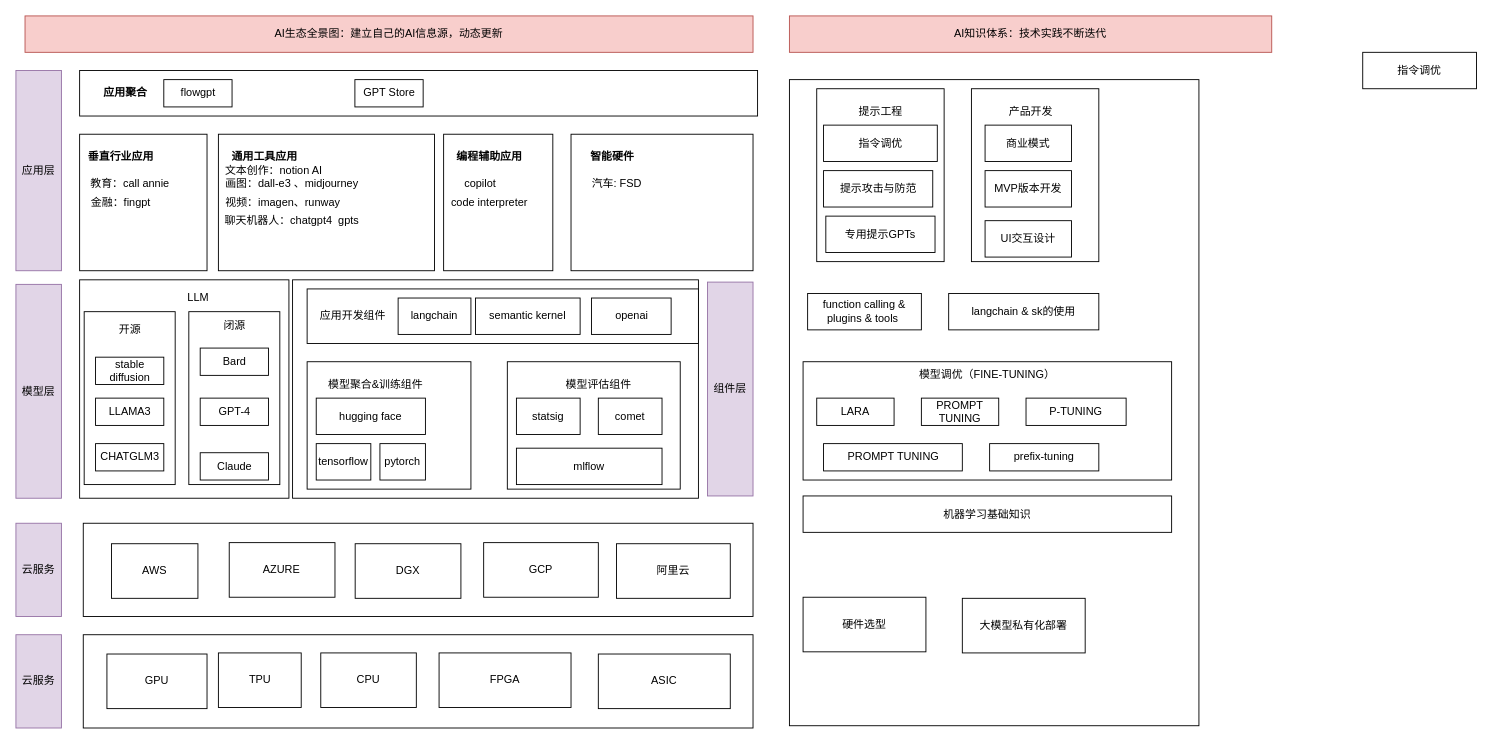
The draw.io diagram AI全景图.drawio in 18boys/drawio, before the edit. Source tidied: cells renumbered, new cells numbered last; positions are measured from the earlier drawing's top-left corner, leaving out a move shared by most shapes. Both pictures are drawn from the tidied source at 91%, with x=0, y=0 at pixel (15, 15).
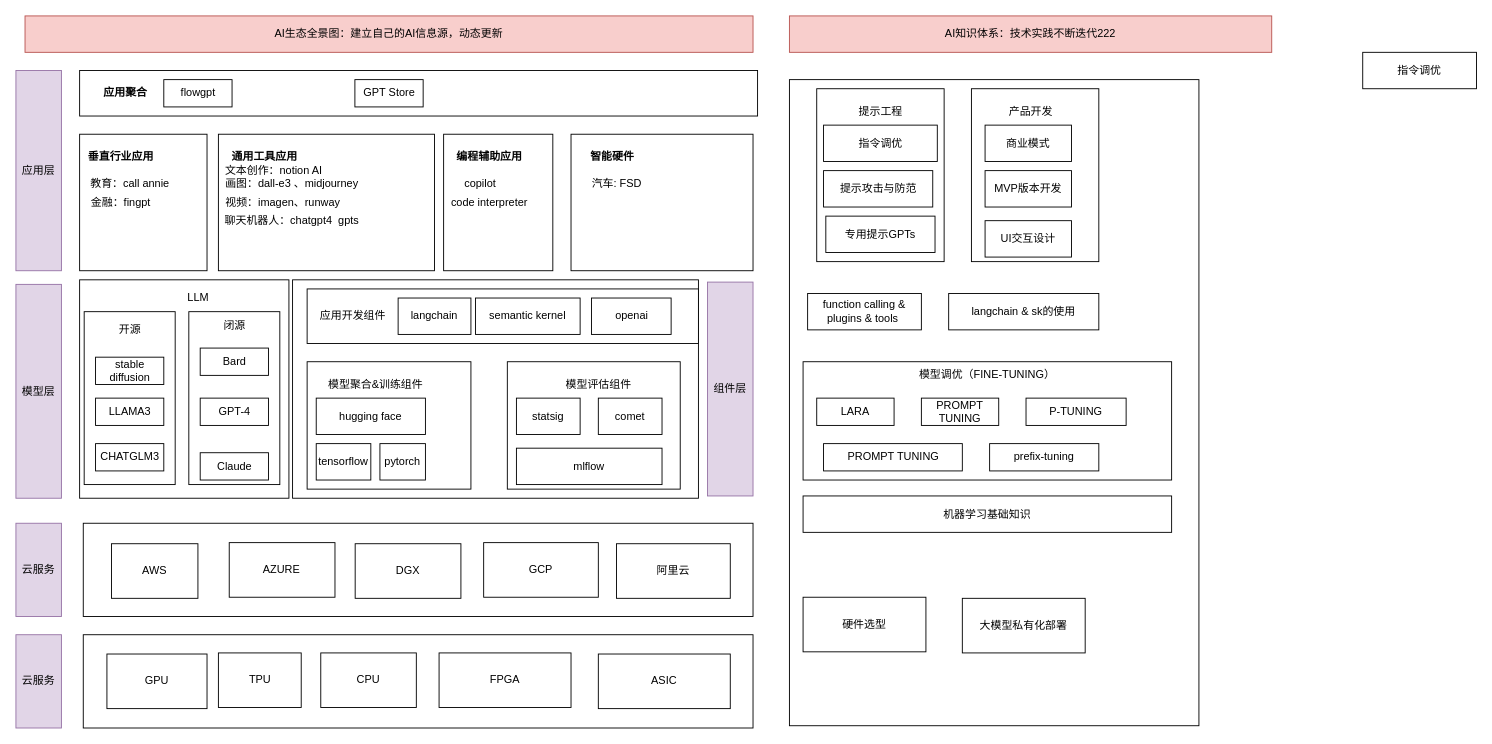
Above is the later version.

Commit message:
更新AI全景图.drawio

Change to the diagram source:
```diff
@@
-    <mxCell id="80" value="AI知识体系：技术实践不断迭代" style="rounded=0;whiteSpace=wrap;html=1;fillColor=#f8cecc;strokeColor=#b85450;" parent="1" vertex="1">
+    <mxCell id="80" value="AI知识体系：技术实践不断迭代222" style="rounded=0;whiteSpace=wrap;html=1;fillColor=#f8cecc;strokeColor=#b85450;" parent="1" vertex="1">
       <mxGeometry x="850" width="530" height="40" as="geometry" />
     </mxCell>
```
